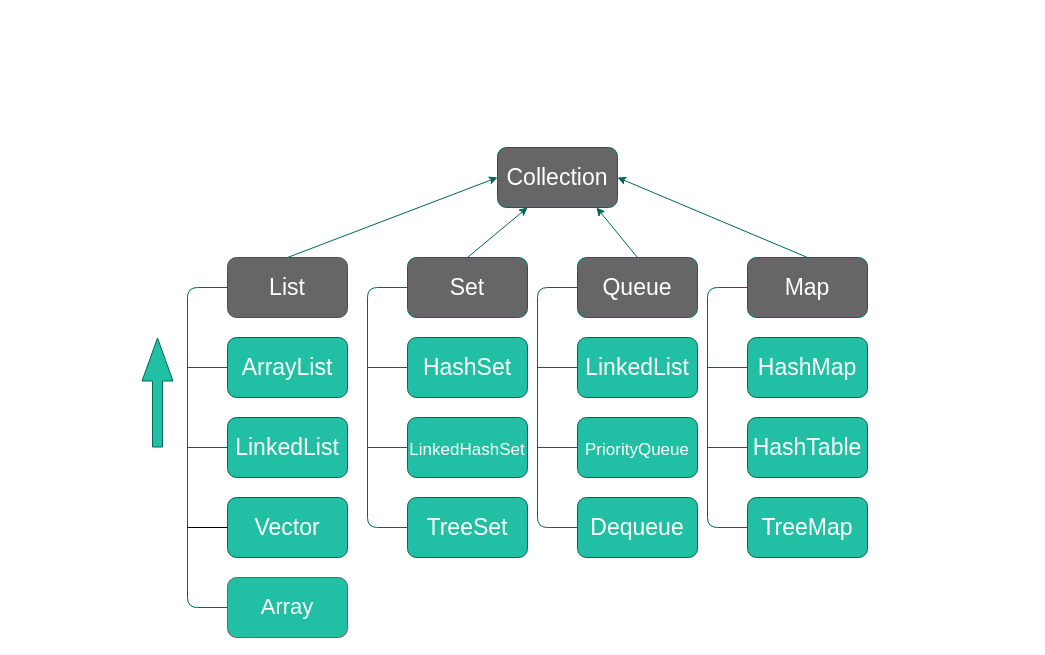
Above: InterfaceCollection.drawio in p000059/Diagrams (draw.io), before the change. Source tidied: cells renumbered, new cells numbered last; positions are measured from the earlier drawing's top-left corner, leaving out a move shared by most shapes. Both pictures are drawn from the tidied source at 100%, with x=0, y=0 at pixel (157, 147).
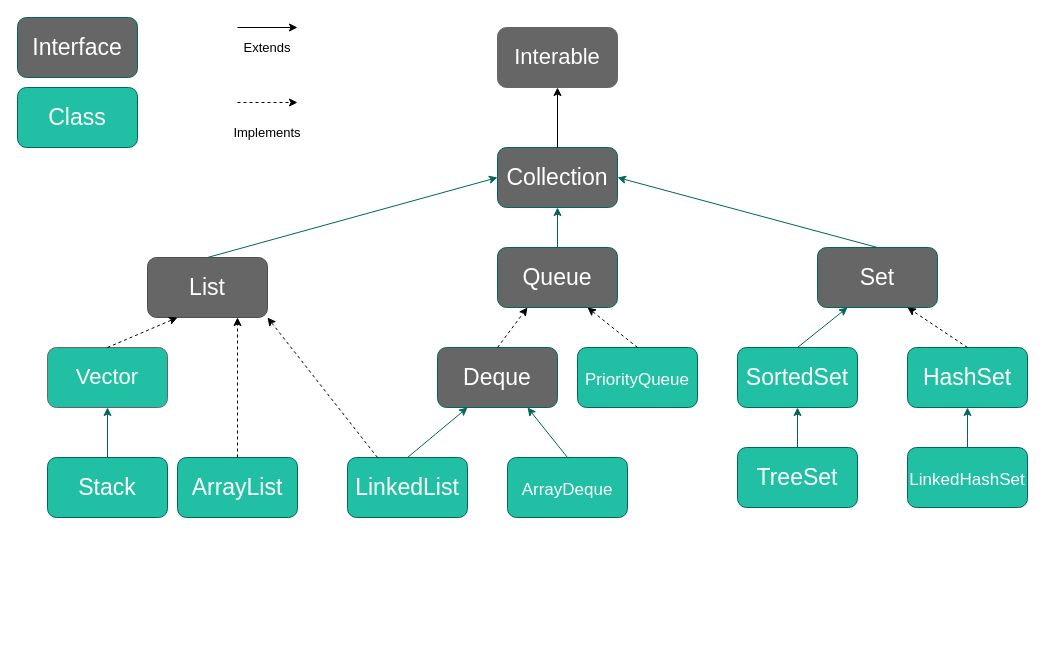
After the change.

Unchanged cells that the change refers to:
```xml
<mxCell id="2" value="&lt;font color=&quot;#ffffff&quot; style=&quot;font-size: 23px;&quot;&gt;Collection&lt;/font&gt;" style="rounded=1;whiteSpace=wrap;html=1;fillColor=#666666;strokeColor=#006658;fontColor=#5C5C5C;" parent="1" vertex="1">
  <mxGeometry x="340" width="120" height="60" as="geometry" />
</mxCell>
```

Change to the diagram source:
```diff
@@
     <mxCell id="3" value="&lt;font color=&quot;#ffffff&quot;&gt;List&lt;/font&gt;" style="rounded=1;whiteSpace=wrap;html=1;fontSize=23;fillColor=#666666;strokeColor=#4D4D4D;fontColor=#5C5C5C;" parent="1" vertex="1">
-      <mxGeometry x="70" y="110" width="120" height="60" as="geometry" />
+      <mxGeometry x="-10" y="110" width="120" height="60" as="geometry" />
     </mxCell>
     <mxCell id="4" value="&lt;font color=&quot;#ffffff&quot;&gt;Set&lt;/font&gt;" style="rounded=1;whiteSpace=wrap;html=1;fontSize=23;fillColor=#666666;strokeColor=#006658;fontColor=#5C5C5C;" parent="1" vertex="1">
-      <mxGeometry x="250" y="110" width="120" height="60" as="geometry" />
+      <mxGeometry x="660" y="100" width="120" height="60" as="geometry" />
     </mxCell>
     <mxCell id="5" value="&lt;font color=&quot;#ffffff&quot;&gt;Queue&lt;/font&gt;" style="rounded=1;whiteSpace=wrap;html=1;fontSize=23;fillColor=#666666;strokeColor=#006658;fontColor=#5C5C5C;" parent="1" vertex="1">
-      <mxGeometry x="420" y="110" width="120" height="60" as="geometry" />
+      <mxGeometry x="340" y="100" width="120" height="60" as="geometry" />
     </mxCell>
-    <mxCell id="6" value="&lt;font color=&quot;#ffffff&quot;&gt;Map&lt;/font&gt;" style="rounded=1;whiteSpace=wrap;html=1;fontSize=23;fillColor=#666666;strokeColor=#006658;fontColor=#5C5C5C;" parent="1" vertex="1">
-      <mxGeometry x="590" y="110" width="120" height="60" as="geometry" />
-    </mxCell>
@@
-    <mxCell id="8" style="endArrow=classic;html=1;rounded=1;fontSize=23;entryX=0.25;entryY=1;entryDx=0;entryDy=0;strokeColor=#006658;fontColor=#5C5C5C;exitX=0.5;exitY=0;exitDx=0;exitDy=0;" parent="1" edge="1" source="4" target="2">
+    <mxCell id="8" style="endArrow=classic;html=1;rounded=1;fontSize=23;entryX=1;entryY=0.5;entryDx=0;entryDy=0;strokeColor=#006658;fontColor=#5C5C5C;exitX=0.5;exitY=0;exitDx=0;exitDy=0;" parent="1" edge="1" source="4" target="2">
       <mxGeometry relative="1" as="geometry" />
     </mxCell>
-    <mxCell id="9" style="endArrow=classic;html=1;rounded=1;fontSize=23;entryX=0.825;entryY=1;entryDx=0;entryDy=0;strokeColor=#006658;fontColor=#5C5C5C;entryPerimeter=0;exitX=0.5;exitY=0;exitDx=0;exitDy=0;" parent="1" edge="1" source="5" target="2">
+    <mxCell id="9" style="endArrow=classic;html=1;rounded=1;fontSize=23;entryX=0.5;entryY=1;entryDx=0;entryDy=0;strokeColor=#006658;fontColor=#5C5C5C;exitX=0.5;exitY=0;exitDx=0;exitDy=0;" parent="1" edge="1" source="5" target="2">
       <mxGeometry relative="1" as="geometry" />
     </mxCell>
-    <mxCell id="10" style="endArrow=classic;html=1;rounded=1;fontSize=23;entryX=1;entryY=0.5;entryDx=0;entryDy=0;strokeColor=#006658;fontColor=#5C5C5C;exitX=0.5;exitY=0;exitDx=0;exitDy=0;" parent="1" edge="1" source="6" target="2">
-      <mxGeometry relative="1" as="geometry" />
-    </mxCell>
     <mxCell id="11" value="&lt;font color=&quot;#ffffff&quot;&gt;ArrayList&lt;/font&gt;" style="rounded=1;whiteSpace=wrap;html=1;fontSize=23;fillColor=#21C0A5;strokeColor=#006658;fontColor=#5C5C5C;" parent="1" vertex="1">
-      <mxGeometry x="70" y="190" width="120" height="60" as="geometry" />
+      <mxGeometry x="20" y="310" width="120" height="60" as="geometry" />
     </mxCell>
     <mxCell id="12" value="&lt;font color=&quot;#ffffff&quot;&gt;LinkedList&lt;/font&gt;" style="rounded=1;whiteSpace=wrap;html=1;fontSize=23;fillColor=#21C0A5;strokeColor=#006658;fontColor=#5C5C5C;" parent="1" vertex="1">
-      <mxGeometry x="70" y="270" width="120" height="60" as="geometry" />
+      <mxGeometry x="190" y="310" width="120" height="60" as="geometry" />
     </mxCell>
-    <mxCell id="13" value="&lt;font color=&quot;#ffffff&quot;&gt;Vector&lt;/font&gt;" style="rounded=1;whiteSpace=wrap;html=1;fontSize=23;fillColor=#21C0A5;strokeColor=#006658;fontColor=#5C5C5C;" parent="1" vertex="1">
-      <mxGeometry x="70" y="350" width="120" height="60" as="geometry" />
+    <mxCell id="13" value="&lt;font color=&quot;#ffffff&quot;&gt;Stack&lt;/font&gt;" style="rounded=1;whiteSpace=wrap;html=1;fontSize=23;fillColor=#21C0A5;strokeColor=#006658;fontColor=#5C5C5C;" parent="1" vertex="1">
+      <mxGeometry x="-110" y="310" width="120" height="60" as="geometry" />
     </mxCell>
-    <mxCell id="14" style="edgeStyle=orthogonalEdgeStyle;startArrow=none;endArrow=none;rounded=1;targetPortConstraint=eastwest;sourcePortConstraint=northsouth;fontSize=23;strokeColor=#006658;fontColor=#5C5C5C;entryX=0;entryY=0.5;entryDx=0;entryDy=0;" parent="1" edge="1" target="36">
-      <mxGeometry relative="1" as="geometry">
-        <mxPoint x="70" y="140" as="sourcePoint" />
-        <Array as="points">
-          <mxPoint x="30" y="140" />
-          <mxPoint x="30" y="460" />
-        </Array>
-      </mxGeometry>
-    </mxCell>
-    <mxCell id="15" style="endArrow=none;html=1;rounded=1;fontSize=23;exitX=0;exitY=0.5;exitDx=0;exitDy=0;strokeColor=#006658;fontColor=#5C5C5C;" parent="1" edge="1" source="11">
-      <mxGeometry relative="1" as="geometry">
-        <mxPoint x="30" y="220" as="targetPoint" />
-      </mxGeometry>
-    </mxCell>
-    <mxCell id="16" style="endArrow=none;html=1;rounded=1;fontSize=23;exitX=0;exitY=0.5;exitDx=0;exitDy=0;strokeColor=#006658;fontColor=#5C5C5C;" parent="1" edge="1" source="12">
-      <mxGeometry relative="1" as="geometry">
-        <mxPoint x="30" y="300" as="targetPoint" />
-      </mxGeometry>
-    </mxCell>
     <mxCell id="17" value="&lt;font color=&quot;#ffffff&quot;&gt;HashSet&lt;/font&gt;" style="rounded=1;whiteSpace=wrap;html=1;fontSize=23;fillColor=#21C0A5;strokeColor=#006658;fontColor=#5C5C5C;" parent="1" vertex="1">
-      <mxGeometry x="250" y="190" width="120" height="60" as="geometry" />
+      <mxGeometry x="750" y="200" width="120" height="60" as="geometry" />
     </mxCell>
     <mxCell id="18" value="&lt;font color=&quot;#ffffff&quot; style=&quot;font-size: 17px;&quot;&gt;LinkedHashSet&lt;/font&gt;" style="rounded=1;whiteSpace=wrap;html=1;fontSize=23;fillColor=#21C0A5;strokeColor=#006658;fontColor=#5C5C5C;" parent="1" vertex="1">
-      <mxGeometry x="250" y="270" width="120" height="60" as="geometry" />
+      <mxGeometry x="750" y="300" width="120" height="60" as="geometry" />
     </mxCell>
     <mxCell id="19" value="&lt;font color=&quot;#ffffff&quot; style=&quot;font-size: 23px;&quot;&gt;TreeSet&lt;/font&gt;" style="rounded=1;whiteSpace=wrap;html=1;fontSize=17;fillColor=#21C0A5;strokeColor=#006658;fontColor=#5C5C5C;" parent="1" vertex="1">
-      <mxGeometry x="250" y="350" width="120" height="60" as="geometry" />
+      <mxGeometry x="580" y="300" width="120" height="60" as="geometry" />
     </mxCell>
-    <mxCell id="20" style="edgeStyle=orthogonalEdgeStyle;startArrow=none;endArrow=none;rounded=1;targetPortConstraint=eastwest;sourcePortConstraint=northsouth;fontSize=23;strokeColor=#006658;fontColor=#5C5C5C;" parent="1" edge="1">
-      <mxGeometry relative="1" as="geometry">
-        <mxPoint x="250" y="140" as="sourcePoint" />
-        <mxPoint x="250" y="380" as="targetPoint" />
-        <Array as="points">
-          <mxPoint x="210" y="140" />
-          <mxPoint x="210" y="380" />
-        </Array>
-      </mxGeometry>
-    </mxCell>
-    <mxCell id="21" style="endArrow=none;html=1;rounded=1;fontSize=23;entryX=0;entryY=0.5;entryDx=0;entryDy=0;strokeColor=#006658;fontColor=#5C5C5C;" parent="1" edge="1" target="18">
-      <mxGeometry relative="1" as="geometry">
-        <mxPoint x="210" y="300" as="sourcePoint" />
-      </mxGeometry>
-    </mxCell>
-    <mxCell id="22" style="endArrow=none;html=1;rounded=1;fontSize=23;exitX=0;exitY=0.5;exitDx=0;exitDy=0;strokeColor=#006658;fontColor=#5C5C5C;" parent="1" edge="1" source="17">
-      <mxGeometry relative="1" as="geometry">
-        <mxPoint x="210" y="220" as="targetPoint" />
-      </mxGeometry>
-    </mxCell>
-    <mxCell id="23" value="&lt;font color=&quot;#ffffff&quot;&gt;LinkedList&lt;/font&gt;" style="rounded=1;whiteSpace=wrap;html=1;fontSize=23;fillColor=#21C0A5;strokeColor=#006658;fontColor=#5C5C5C;" parent="1" vertex="1">
-      <mxGeometry x="420" y="190" width="120" height="60" as="geometry" />
+    <mxCell id="23" value="&lt;font color=&quot;#ffffff&quot;&gt;Interface&lt;/font&gt;" style="rounded=1;whiteSpace=wrap;html=1;fontSize=23;fillColor=#666666;strokeColor=#006658;fontColor=#5C5C5C;" parent="1" vertex="1">
+      <mxGeometry x="-140" y="-130" width="120" height="60" as="geometry" />
     </mxCell>
     <mxCell id="24" value="&lt;font color=&quot;#ffffff&quot; style=&quot;font-size: 17px;&quot;&gt;PriorityQueue&lt;/font&gt;" style="rounded=1;whiteSpace=wrap;html=1;fontSize=23;fillColor=#21C0A5;strokeColor=#006658;fontColor=#5C5C5C;" parent="1" vertex="1">
-      <mxGeometry x="420" y="270" width="120" height="60" as="geometry" />
+      <mxGeometry x="420" y="200" width="120" height="60" as="geometry" />
     </mxCell>
-    <mxCell id="25" value="&lt;font color=&quot;#ffffff&quot; style=&quot;font-size: 23px;&quot;&gt;Dequeue&lt;/font&gt;" style="rounded=1;whiteSpace=wrap;html=1;fontSize=17;fillColor=#21C0A5;strokeColor=#006658;fontColor=#5C5C5C;" parent="1" vertex="1">
-      <mxGeometry x="420" y="350" width="120" height="60" as="geometry" />
+    <mxCell id="25" value="&lt;font color=&quot;#ffffff&quot;&gt;&lt;span style=&quot;font-size: 23px;&quot;&gt;SortedSet&lt;/span&gt;&lt;/font&gt;" style="rounded=1;whiteSpace=wrap;html=1;fontSize=17;fillColor=#21C0A5;strokeColor=#006658;fontColor=#5C5C5C;" parent="1" vertex="1">
+      <mxGeometry x="580" y="200" width="120" height="60" as="geometry" />
     </mxCell>
-    <mxCell id="26" style="edgeStyle=orthogonalEdgeStyle;startArrow=none;endArrow=none;rounded=1;targetPortConstraint=eastwest;sourcePortConstraint=northsouth;fontSize=23;strokeColor=#006658;fontColor=#5C5C5C;" parent="1" edge="1">
-      <mxGeometry relative="1" as="geometry">
-        <mxPoint x="420" y="140" as="sourcePoint" />
-        <mxPoint x="420" y="380" as="targetPoint" />
-        <Array as="points">
-          <mxPoint x="380" y="140" />
-          <mxPoint x="380" y="380" />
-        </Array>
-      </mxGeometry>
-    </mxCell>
-    <mxCell id="27" style="endArrow=none;html=1;rounded=1;fontSize=23;entryX=0;entryY=0.5;entryDx=0;entryDy=0;strokeColor=#006658;fontColor=#5C5C5C;" parent="1" edge="1" target="24">
-      <mxGeometry relative="1" as="geometry">
-        <mxPoint x="380" y="300" as="sourcePoint" />
-      </mxGeometry>
-    </mxCell>
-    <mxCell id="28" style="endArrow=none;html=1;rounded=1;fontSize=23;exitX=0;exitY=0.5;exitDx=0;exitDy=0;strokeColor=#006658;fontColor=#5C5C5C;" parent="1" edge="1" source="23">
-      <mxGeometry relative="1" as="geometry">
-        <mxPoint x="380" y="220" as="targetPoint" />
-      </mxGeometry>
-    </mxCell>
-    <mxCell id="29" value="&lt;font color=&quot;#ffffff&quot;&gt;HashMap&lt;/font&gt;" style="rounded=1;whiteSpace=wrap;html=1;fontSize=23;fillColor=#21C0A5;strokeColor=#006658;fontColor=#5C5C5C;" parent="1" vertex="1">
-      <mxGeometry x="590" y="190" width="120" height="60" as="geometry" />
-    </mxCell>
-    <mxCell id="30" value="&lt;font color=&quot;#ffffff&quot; style=&quot;font-size: 23px;&quot;&gt;HashTable&lt;/font&gt;" style="rounded=1;whiteSpace=wrap;html=1;fontSize=23;fillColor=#21C0A5;strokeColor=#006658;fontColor=#5C5C5C;" parent="1" vertex="1">
-      <mxGeometry x="590" y="270" width="120" height="60" as="geometry" />
-    </mxCell>
-    <mxCell id="31" value="&lt;font color=&quot;#ffffff&quot; style=&quot;font-size: 23px;&quot;&gt;TreeMap&lt;/font&gt;" style="rounded=1;whiteSpace=wrap;html=1;fontSize=17;fillColor=#21C0A5;strokeColor=#006658;fontColor=#5C5C5C;" parent="1" vertex="1">
-      <mxGeometry x="590" y="350" width="120" height="60" as="geometry" />
-    </mxCell>
-    <mxCell id="32" style="edgeStyle=orthogonalEdgeStyle;startArrow=none;endArrow=none;rounded=1;targetPortConstraint=eastwest;sourcePortConstraint=northsouth;fontSize=23;strokeColor=#006658;fontColor=#5C5C5C;" parent="1" edge="1">
-      <mxGeometry relative="1" as="geometry">
-        <mxPoint x="590" y="140" as="sourcePoint" />
-        <mxPoint x="590" y="380" as="targetPoint" />
-        <Array as="points">
-          <mxPoint x="550" y="140" />
-          <mxPoint x="550" y="380" />
-        </Array>
-      </mxGeometry>
-    </mxCell>
-    <mxCell id="33" style="endArrow=none;html=1;rounded=1;fontSize=23;entryX=0;entryY=0.5;entryDx=0;entryDy=0;strokeColor=#006658;fontColor=#5C5C5C;" parent="1" edge="1" target="30">
-      <mxGeometry relative="1" as="geometry">
-        <mxPoint x="550" y="300" as="sourcePoint" />
-      </mxGeometry>
-    </mxCell>
-    <mxCell id="34" style="endArrow=none;html=1;rounded=1;fontSize=23;exitX=0;exitY=0.5;exitDx=0;exitDy=0;strokeColor=#006658;fontColor=#5C5C5C;" parent="1" edge="1" source="29">
-      <mxGeometry relative="1" as="geometry">
-        <mxPoint x="550" y="220" as="targetPoint" />
-      </mxGeometry>
-    </mxCell>
-    <mxCell id="35" style="shape=flexArrow;endArrow=classic;html=1;rounded=0;strokeColor=#006658;fontSize=12;fontColor=#5C5C5C;startSize=14;endSize=14;fillColor=#21C0A5;curved=1;" parent="1" edge="1">
-      <mxGeometry relative="1" as="geometry">
-        <mxPoint y="300" as="sourcePoint" />
-        <mxPoint y="190" as="targetPoint" />
-      </mxGeometry>
-    </mxCell>
-    <mxCell id="36" value="&lt;font color=&quot;#ffffff&quot; style=&quot;font-size: 22px;&quot;&gt;Array&lt;/font&gt;" style="rounded=1;whiteSpace=wrap;html=1;fillColor=#21C0A5;strokeColor=#666666;" parent="1" vertex="1">
-      <mxGeometry x="70" y="430" width="120" height="60" as="geometry" />
+    <mxCell id="36" value="&lt;font color=&quot;#ffffff&quot; style=&quot;font-size: 22px;&quot;&gt;Vector&lt;/font&gt;" style="rounded=1;whiteSpace=wrap;html=1;fillColor=#21C0A5;strokeColor=#666666;" parent="1" vertex="1">
+      <mxGeometry x="-110" y="200" width="120" height="60" as="geometry" />
     </mxCell>
-    <mxCell id="37" style="endArrow=none;html=1;rounded=0;fontSize=22;fontColor=#FFFFFF;entryX=0;entryY=0.5;entryDx=0;entryDy=0;" parent="1" edge="1" target="13">
-      <mxGeometry relative="1" as="geometry">
-        <mxPoint x="30" y="380" as="sourcePoint" />
-      </mxGeometry>
-    </mxCell>
+    <mxCell id="38" value="Interable" style="rounded=1;whiteSpace=wrap;html=1;strokeColor=#666666;fontSize=22;fontColor=#FFFFFF;fillColor=#666666;" parent="1" vertex="1">
+      <mxGeometry x="340" y="-120" width="120" height="60" as="geometry" />
+    </mxCell>
+    <mxCell id="39" style="endArrow=classic;html=1;rounded=0;fontSize=22;fontColor=#FFFFFF;entryX=0.5;entryY=1;entryDx=0;entryDy=0;exitX=0.5;exitY=0;exitDx=0;exitDy=0;" parent="1" edge="1" source="2" target="38">
+      <mxGeometry relative="1" as="geometry" />
+    </mxCell>
+    <mxCell id="40" value="&lt;font color=&quot;#ffffff&quot;&gt;Class&lt;/font&gt;" style="rounded=1;whiteSpace=wrap;html=1;fontSize=23;fillColor=#21C0A5;strokeColor=#006658;fontColor=#5C5C5C;" parent="1" vertex="1">
+      <mxGeometry x="-140" y="-60" width="120" height="60" as="geometry" />
+    </mxCell>
+    <mxCell id="41" style="endArrow=classic;html=1;rounded=0;fontSize=22;fontColor=#FFFFFF;" parent="1" edge="1">
+      <mxGeometry relative="1" as="geometry">
+        <mxPoint x="80" y="-120" as="sourcePoint" />
+        <mxPoint x="140" y="-120" as="targetPoint" />
+      </mxGeometry>
+    </mxCell>
+    <mxCell id="42" style="endArrow=classic;html=1;fontSize=22;fontColor=#FFFFFF;rounded=0;dashed=1;" parent="1" edge="1">
+      <mxGeometry relative="1" as="geometry">
+        <mxPoint x="80" y="-45" as="sourcePoint" />
+        <mxPoint x="140" y="-45" as="targetPoint" />
+      </mxGeometry>
+    </mxCell>
+    <mxCell id="43" value="Implements" style="text;html=1;strokeColor=none;fillColor=none;align=center;verticalAlign=middle;whiteSpace=wrap;rounded=0;fontSize=13;fontColor=#000000;" parent="1" vertex="1">
+      <mxGeometry x="70" y="-30" width="80" height="30" as="geometry" />
+    </mxCell>
+    <mxCell id="44" value="Extends" style="text;html=1;strokeColor=none;fillColor=none;align=center;verticalAlign=middle;whiteSpace=wrap;rounded=0;fontSize=13;fontColor=#000000;" parent="1" vertex="1">
+      <mxGeometry x="70" y="-115" width="80" height="30" as="geometry" />
+    </mxCell>
+    <mxCell id="45" value="&lt;font color=&quot;#ffffff&quot;&gt;Deque&lt;/font&gt;" style="rounded=1;whiteSpace=wrap;html=1;fontSize=23;fillColor=#666666;strokeColor=#006658;fontColor=#5C5C5C;" parent="1" vertex="1">
+      <mxGeometry x="280" y="200" width="120" height="60" as="geometry" />
+    </mxCell>
+    <mxCell id="46" style="endArrow=classic;html=1;rounded=0;labelBackgroundColor=default;strokeColor=default;fontFamily=Helvetica;fontSize=22;fontColor=#FFFFFF;shape=connector;entryX=0.75;entryY=1;entryDx=0;entryDy=0;dashed=1;exitX=0.5;exitY=0;exitDx=0;exitDy=0;" parent="1" edge="1" source="17" target="4">
+      <mxGeometry relative="1" as="geometry" />
+    </mxCell>
+    <mxCell id="47" style="endArrow=classic;html=1;rounded=0;labelBackgroundColor=default;strokeColor=default;fontFamily=Helvetica;fontSize=22;fontColor=#FFFFFF;shape=connector;entryX=0.25;entryY=1;entryDx=0;entryDy=0;dashed=1;exitX=0.5;exitY=0;exitDx=0;exitDy=0;" parent="1" edge="1" source="45" target="5">
+      <mxGeometry relative="1" as="geometry" />
+    </mxCell>
+    <mxCell id="48" style="edgeStyle=none;shape=connector;rounded=0;orthogonalLoop=1;jettySize=auto;html=1;entryX=0.5;entryY=0;entryDx=0;entryDy=0;labelBackgroundColor=default;strokeColor=default;fontFamily=Helvetica;fontSize=22;fontColor=#FFFFFF;endArrow=classic;" parent="1" edge="1" source="45" target="45">
+      <mxGeometry relative="1" as="geometry" />
+    </mxCell>
+    <mxCell id="49" value="&lt;font color=&quot;#ffffff&quot; style=&quot;font-size: 17px;&quot;&gt;ArrayDeque&lt;/font&gt;" style="rounded=1;whiteSpace=wrap;html=1;fontSize=23;fillColor=#21C0A5;strokeColor=#006658;fontColor=#5C5C5C;" parent="1" vertex="1">
+      <mxGeometry x="350" y="310" width="120" height="60" as="geometry" />
+    </mxCell>
+    <mxCell id="50" style="endArrow=classic;html=1;rounded=1;fontSize=23;entryX=0.75;entryY=1;entryDx=0;entryDy=0;strokeColor=#006658;fontColor=#5C5C5C;exitX=0.5;exitY=0;exitDx=0;exitDy=0;" parent="1" edge="1" source="49" target="45">
+      <mxGeometry relative="1" as="geometry" />
+    </mxCell>
+    <mxCell id="51" style="endArrow=classic;html=1;rounded=1;fontSize=23;entryX=0.25;entryY=1;entryDx=0;entryDy=0;strokeColor=#006658;fontColor=#5C5C5C;exitX=0.5;exitY=0;exitDx=0;exitDy=0;" parent="1" edge="1" source="12" target="45">
+      <mxGeometry relative="1" as="geometry" />
+    </mxCell>
+    <mxCell id="52" style="endArrow=classic;html=1;rounded=1;fontSize=23;entryX=0.5;entryY=1;entryDx=0;entryDy=0;strokeColor=#006658;fontColor=#5C5C5C;exitX=0.5;exitY=0;exitDx=0;exitDy=0;" parent="1" edge="1" source="13" target="36">
+      <mxGeometry relative="1" as="geometry" />
+    </mxCell>
+    <mxCell id="53" style="endArrow=classic;html=1;rounded=0;labelBackgroundColor=default;strokeColor=default;fontFamily=Helvetica;fontSize=22;fontColor=#FFFFFF;shape=connector;entryX=0.75;entryY=1;entryDx=0;entryDy=0;dashed=1;exitX=0.5;exitY=0;exitDx=0;exitDy=0;" parent="1" edge="1" source="11" target="3">
+      <mxGeometry relative="1" as="geometry" />
+    </mxCell>
+    <mxCell id="54" style="endArrow=classic;html=1;rounded=0;labelBackgroundColor=default;strokeColor=default;fontFamily=Helvetica;fontSize=22;fontColor=#FFFFFF;shape=connector;entryX=0.25;entryY=1;entryDx=0;entryDy=0;dashed=1;exitX=0.5;exitY=0;exitDx=0;exitDy=0;" parent="1" edge="1" source="36" target="3">
+      <mxGeometry relative="1" as="geometry" />
+    </mxCell>
+    <mxCell id="55" style="endArrow=classic;html=1;rounded=1;fontSize=23;entryX=0.25;entryY=1;entryDx=0;entryDy=0;strokeColor=#006658;fontColor=#5C5C5C;exitX=0.5;exitY=0;exitDx=0;exitDy=0;" parent="1" edge="1" source="25" target="4">
+      <mxGeometry relative="1" as="geometry" />
+    </mxCell>
+    <mxCell id="56" style="endArrow=classic;html=1;rounded=0;labelBackgroundColor=default;strokeColor=default;fontFamily=Helvetica;fontSize=22;fontColor=#FFFFFF;shape=connector;entryX=0.75;entryY=1;entryDx=0;entryDy=0;exitX=0.5;exitY=0;exitDx=0;exitDy=0;dashed=1;" parent="1" edge="1" source="24" target="5">
+      <mxGeometry relative="1" as="geometry" />
+    </mxCell>
+    <mxCell id="57" style="endArrow=classic;html=1;rounded=1;fontSize=23;entryX=0.5;entryY=1;entryDx=0;entryDy=0;strokeColor=#006658;fontColor=#5C5C5C;" parent="1" edge="1" source="19" target="25">
+      <mxGeometry relative="1" as="geometry" />
+    </mxCell>
+    <mxCell id="58" style="endArrow=classic;html=1;rounded=1;fontSize=23;entryX=0.5;entryY=1;entryDx=0;entryDy=0;strokeColor=#006658;fontColor=#5C5C5C;" parent="1" edge="1" source="18" target="17">
+      <mxGeometry relative="1" as="geometry" />
+    </mxCell>
+    <mxCell id="59" style="endArrow=classic;html=1;rounded=0;labelBackgroundColor=default;strokeColor=default;fontFamily=Helvetica;fontSize=22;fontColor=#FFFFFF;shape=connector;entryX=1;entryY=1;entryDx=0;entryDy=0;exitX=0.25;exitY=0;exitDx=0;exitDy=0;dashed=1;" parent="1" edge="1" source="12" target="3">
+      <mxGeometry relative="1" as="geometry" />
+    </mxCell>
```
